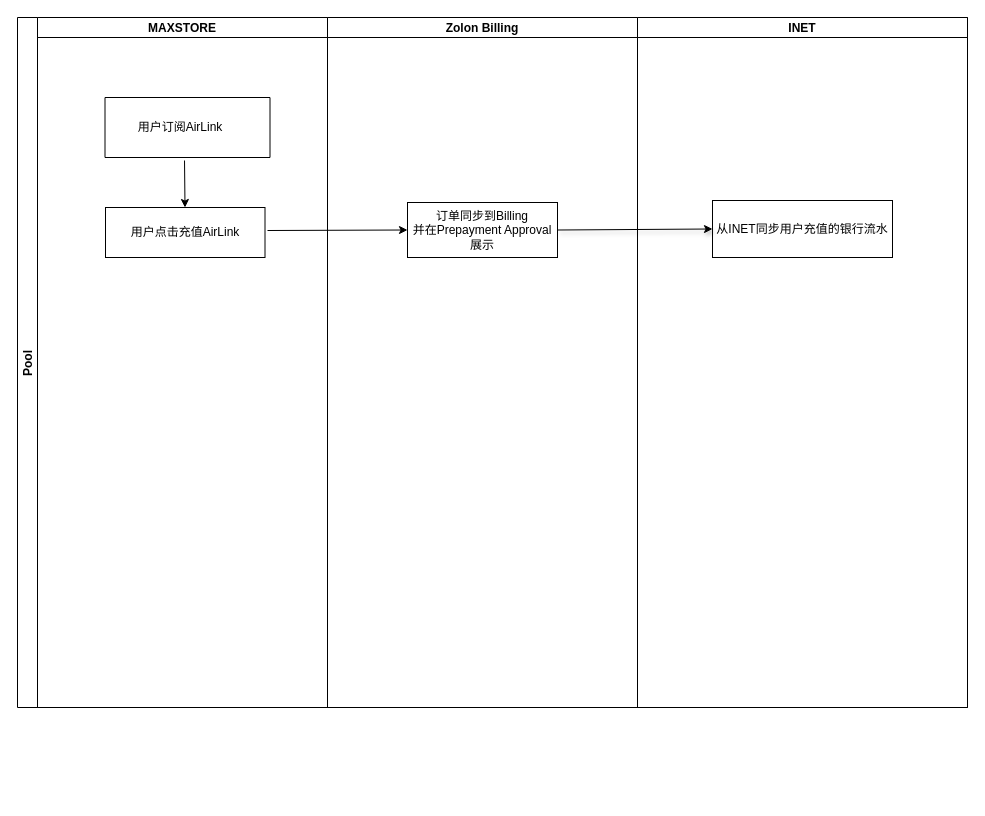
Earlier version of the draw.io diagram draw.io/billing.drawio (xsyloong/draws). Source tidied: cells renumbered, new cells numbered last; positions are measured from the earlier drawing's top-left corner, leaving out a move shared by most shapes. Both pictures are drawn from the tidied source at 100%, with x=0, y=0 at pixel (17, 17).
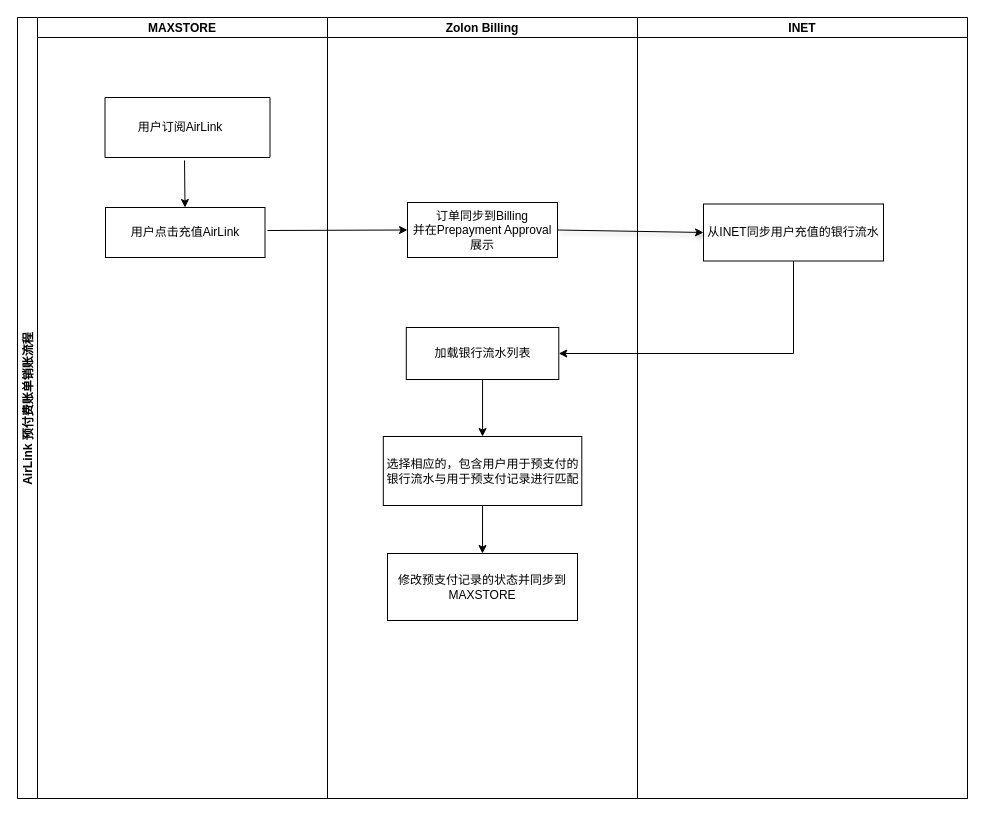
The same page after the edit.

Diff of the diagram source:
```diff
@@
-    <mxCell id="2" value="Pool" style="swimlane;startSize=20;horizontal=0;" parent="1" vertex="1">
-      <mxGeometry width="950" height="690" as="geometry" />
+    <mxCell id="2" value="AirLink 预付费账单销账流程" style="swimlane;startSize=20;horizontal=0;" parent="1" vertex="1">
+      <mxGeometry width="950" height="781" as="geometry" />
     </mxCell>
     <mxCell id="3" value="MAXSTORE" style="swimlane;startSize=20;" parent="2" vertex="1">
-      <mxGeometry x="20" width="290" height="690" as="geometry" />
+      <mxGeometry x="20" width="290" height="781" as="geometry" />
     </mxCell>
@@
     <mxCell id="9" value="Zolon Billing" style="swimlane;startSize=20;" parent="2" vertex="1">
-      <mxGeometry x="310" width="310" height="690" as="geometry" />
+      <mxGeometry x="310" width="310" height="781" as="geometry" />
     </mxCell>
@@
+    <mxCell id="14" value="加载银行流水列表" style="rounded=0;whiteSpace=wrap;html=1;" parent="9" vertex="1">
+      <mxGeometry x="78.8" y="310" width="152.5" height="52" as="geometry" />
+    </mxCell>
+    <mxCell id="15" value="选择相应的，包含用户用于预支付的银行流水与用于预支付记录进行匹配" style="rounded=0;whiteSpace=wrap;html=1;" parent="9" vertex="1">
+      <mxGeometry x="55.8" y="419" width="198.5" height="69" as="geometry" />
+    </mxCell>
+    <mxCell id="16" style="endArrow=classic;html=1;rounded=0;entryX=0.5;entryY=0;entryDx=0;entryDy=0;" parent="9" edge="1" source="14" target="15">
+      <mxGeometry relative="1" as="geometry" />
+    </mxCell>
+    <mxCell id="17" value="修改预支付记录的状态并同步到MAXSTORE" style="rounded=0;whiteSpace=wrap;html=1;" parent="9" vertex="1">
+      <mxGeometry x="60" y="536" width="190" height="67" as="geometry" />
+    </mxCell>
+    <mxCell id="18" style="endArrow=classic;html=1;rounded=0;exitX=0.5;exitY=1;exitDx=0;exitDy=0;entryX=0.5;entryY=0;entryDx=0;entryDy=0;" parent="9" edge="1" source="15" target="17">
+      <mxGeometry relative="1" as="geometry" />
+    </mxCell>
     <mxCell id="11" value="INET" style="swimlane;startSize=20;" parent="2" vertex="1">
-      <mxGeometry x="620" width="330" height="690" as="geometry" />
+      <mxGeometry x="620" width="330" height="781" as="geometry" />
     </mxCell>
     <mxCell id="12" value="从INET同步用户充值的银行流水" style="rounded=0;whiteSpace=wrap;html=1;" parent="11" vertex="1">
-      <mxGeometry x="75" y="183" width="180" height="57" as="geometry" />
+      <mxGeometry x="66" y="186.5" width="180" height="57" as="geometry" />
     </mxCell>
@@
+    <mxCell id="19" style="endArrow=classic;html=1;rounded=0;exitX=0.5;exitY=1;exitDx=0;exitDy=0;entryX=1;entryY=0.5;entryDx=0;entryDy=0;edgeStyle=orthogonalEdgeStyle;" parent="2" edge="1" source="12" target="14">
+      <mxGeometry relative="1" as="geometry" />
+    </mxCell>
```
